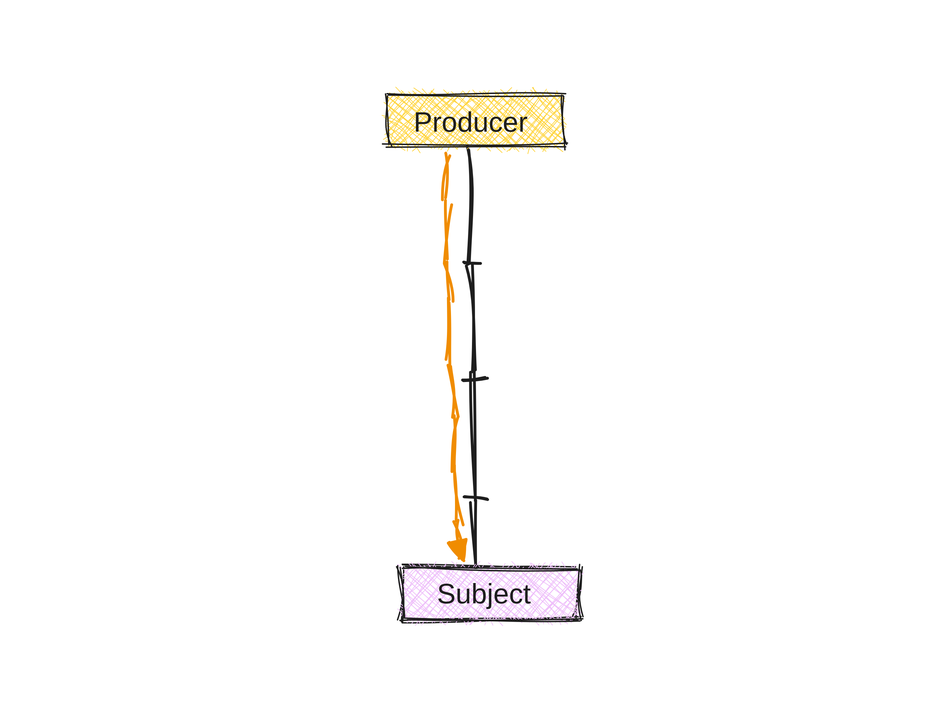
The Excalidraw diagram images/blog/blog-rxjs-subject-reaching-refcount-zero.svg in ducin/ducin.dev, before a commit. Source tidied: one line per element, renumbered; positions are measured from the earlier drawing's top-left corner, leaving out a move shared by most shapes.
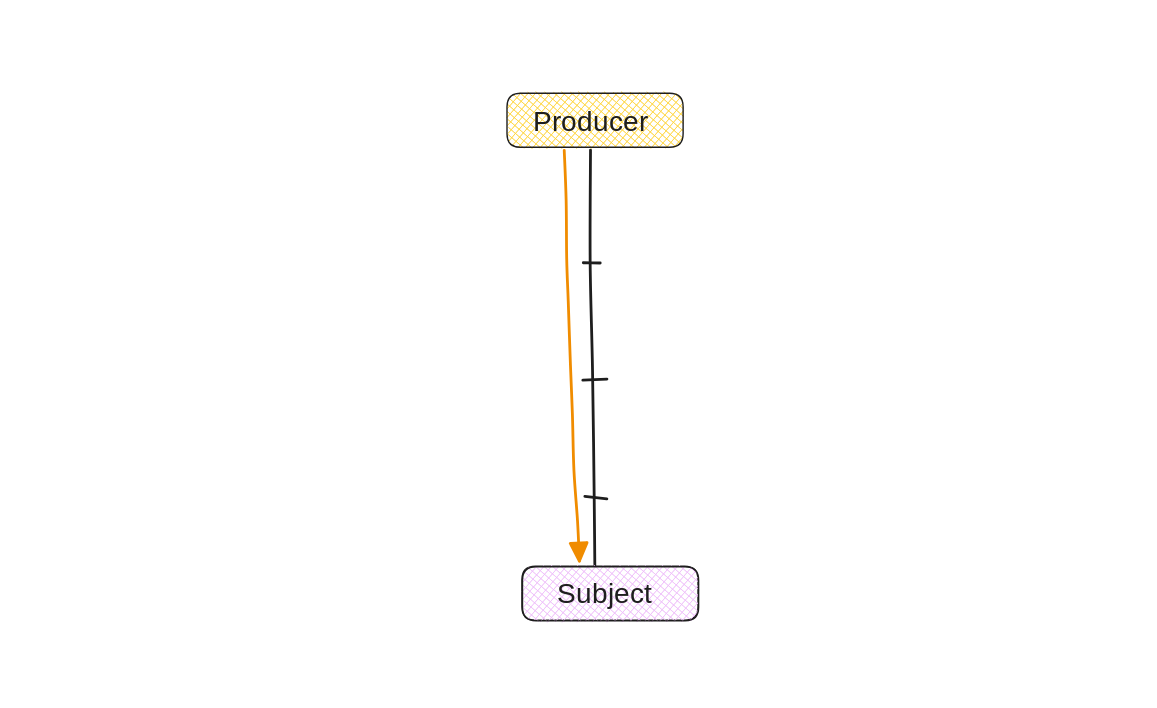
After the commit.

The edit, as a diff of the source:
```diff
@@ -1,11 +1,11 @@
-{"id": 0, "type": "rectangle", "strokeColor": "transparent", "strokeWidth": 2, "roughness": 2, "x": 0, "y": 0, "width": 657, "height": 486}
-{"id": 1, "type": "line", "strokeColor": "#1e1e1e", "backgroundColor": "#4dabf7", "fillStyle": "cross-hatch", "strokeWidth": 2, "roughness": 2, "x": 326, "y": 97, "width": 4, "height": 333, "points": [[0, 0], [0, 81], [1, 157], [3, 248], [3, 333]]}
-{"id": 2, "type": "line", "strokeColor": "#1e1e1e", "backgroundColor": "#4dabf7", "fillStyle": "cross-hatch", "strokeWidth": 2, "roughness": 2, "x": 321, "y": 178, "width": 12, "height": 0, "points": [[0, 0], [12, 0]]}
-{"id": 3, "type": "line", "strokeColor": "#1e1e1e", "backgroundColor": "#4dabf7", "fillStyle": "cross-hatch", "strokeWidth": 2, "roughness": 2, "x": 321, "y": 262, "width": 17, "height": 1, "points": [[0, 0], [17, -1]]}
-{"id": 4, "type": "line", "strokeColor": "#1e1e1e", "backgroundColor": "#4dabf7", "fillStyle": "cross-hatch", "strokeWidth": 2, "roughness": 2, "x": 322, "y": 345, "width": 16, "height": 2, "points": [[0, 0], [16, 2]]}
-{"id": 5, "type": "rectangle", "strokeColor": "#1e1e1e", "backgroundColor": "#ffd43b", "fillStyle": "cross-hatch", "strokeWidth": 1, "roughness": 2, "x": 266, "y": 57, "width": 126, "height": 39}
+{"id": 11, "type": "rectangle", "strokeColor": "transparent", "strokeWidth": 2, "roughness": 0, "round": true, "x": -86, "y": 0, "width": 806, "height": 486}
+{"id": 12, "type": "line", "strokeColor": "#1e1e1e", "backgroundColor": "#4dabf7", "fillStyle": "cross-hatch", "strokeWidth": 2, "roughness": 0, "round": true, "x": 326, "y": 97, "width": 4, "height": 333, "points": [[0, 0], [0, 81], [1, 157], [3, 248], [3, 333]]}
+{"id": 13, "type": "line", "strokeColor": "#1e1e1e", "backgroundColor": "#4dabf7", "fillStyle": "cross-hatch", "strokeWidth": 2, "roughness": 0, "round": true, "x": 321, "y": 178, "width": 12, "height": 0, "points": [[0, 0], [12, 0]]}
+{"id": 14, "type": "line", "strokeColor": "#1e1e1e", "backgroundColor": "#4dabf7", "fillStyle": "cross-hatch", "strokeWidth": 2, "roughness": 0, "round": true, "x": 321, "y": 262, "width": 17, "height": 1, "points": [[0, 0], [17, -1]]}
+{"id": 15, "type": "line", "strokeColor": "#1e1e1e", "backgroundColor": "#4dabf7", "fillStyle": "cross-hatch", "strokeWidth": 2, "roughness": 0, "round": true, "x": 322, "y": 345, "width": 16, "height": 2, "points": [[0, 0], [16, 2]]}
+{"id": 16, "type": "rectangle", "strokeColor": "#1e1e1e", "backgroundColor": "#ffd43b", "fillStyle": "cross-hatch", "strokeWidth": 1, "roughness": 0, "round": true, "x": 266, "y": 57, "width": 126, "height": 39}
-{"id": 6, "type": "text", "text": "Producer", "strokeColor": "#1e1e1e", "backgroundColor": "#a5d8ff", "fillStyle": "cross-hatch", "strokeWidth": 1, "roughness": 2, "fontSize": 20, "fontFamily": 1, "x": 285, "y": 66, "width": 85, "height": 25}
+{"id": 6, "type": "text", "text": "Producer", "strokeColor": "#1e1e1e", "backgroundColor": "#a5d8ff", "fillStyle": "cross-hatch", "strokeWidth": 1, "roughness": 0, "fontSize": 20, "fontFamily": 1, "round": true, "x": 285, "y": 66, "width": 85, "height": 25}
-{"id": 7, "type": "rectangle", "strokeColor": "#1e1e1e", "backgroundColor": "#fff", "fillStyle": "solid", "strokeWidth": 1, "roughness": 2, "x": 277, "y": 395, "width": 126, "height": 39}
-{"id": 8, "type": "rectangle", "strokeColor": "#1e1e1e", "backgroundColor": "#eebefa", "fillStyle": "cross-hatch", "strokeWidth": 1, "roughness": 2, "x": 277, "y": 395, "width": 126, "height": 39}
+{"id": 17, "type": "rectangle", "strokeColor": "#1e1e1e", "backgroundColor": "#fff", "fillStyle": "solid", "strokeWidth": 1, "roughness": 0, "round": true, "x": 277, "y": 395, "width": 126, "height": 39}
+{"id": 18, "type": "rectangle", "strokeColor": "#1e1e1e", "backgroundColor": "#eebefa", "fillStyle": "cross-hatch", "strokeWidth": 1, "roughness": 0, "round": true, "x": 277, "y": 395, "width": 126, "height": 39}
-{"id": 9, "type": "text", "text": "Subject", "strokeColor": "#1e1e1e", "backgroundColor": "#a5d8ff", "fillStyle": "cross-hatch", "strokeWidth": 1, "roughness": 2, "fontSize": 20, "fontFamily": 1, "x": 302, "y": 403, "width": 73, "height": 25}
+{"id": 9, "type": "text", "text": "Subject", "strokeColor": "#1e1e1e", "backgroundColor": "#a5d8ff", "fillStyle": "cross-hatch", "strokeWidth": 1, "roughness": 0, "fontSize": 20, "fontFamily": 1, "round": true, "x": 302, "y": 403, "width": 73, "height": 25}
-{"id": 10, "type": "arrow", "strokeColor": "#f08c00", "angle": 3.12, "backgroundColor": "#fff", "fillStyle": "solid", "strokeWidth": 2, "roughness": 2, "endArrowhead": "triangle", "from": 6, "to": 9, "x": 314, "y": 391, "width": 4, "height": 294, "points": [[0, 0], [0, -36], [0, -78], [0, -108], [-1, -153], [-4, -189], [-1, -229], [-3, -265], [-3, -294]]}
+{"id": 19, "type": "arrow", "strokeColor": "#f08c00", "angle": 3.12, "backgroundColor": "#fff", "fillStyle": "solid", "strokeWidth": 2, "roughness": 0, "endArrowhead": "triangle", "round": true, "from": 6, "to": 9, "x": 314, "y": 391, "width": 4, "height": 294, "points": [[0, 0], [0, -36], [0, -78], [0, -108], [-1, -153], [-1, -189], [-1, -229], [-3, -265], [-3, -294]]}
```
